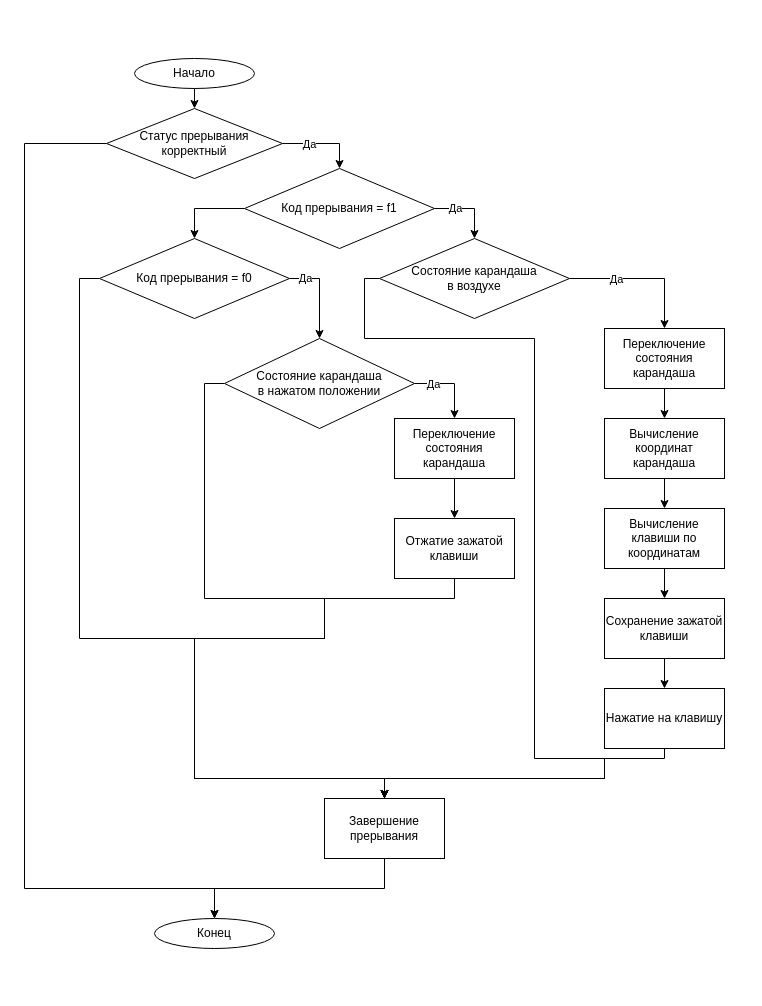
The draw.io diagram report/img/urb.drawio in bmstu-ics7/coursework-operating-systems, before the edit. Source tidied: cells renumbered, new cells numbered last; positions are measured from the earlier drawing's top-left corner, leaving out a move shared by most shapes. Both pictures are drawn from the tidied source at 100%, with x=0, y=0 at pixel (24, 58).
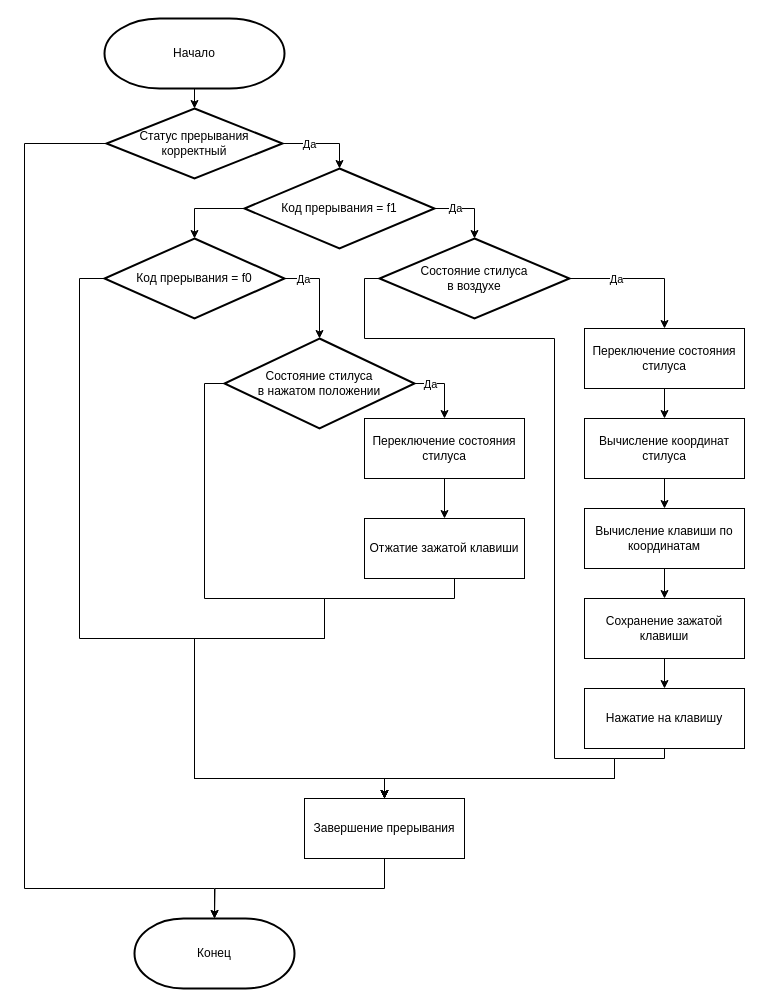
After the change.

The change refers to these unchanged cells:
```xml
<mxCell id="12" style="edgeStyle=orthogonalEdgeStyle;rounded=0;jettySize=auto;html=1;exitX=1;exitY=0.5;exitDx=0;exitDy=0;entryX=0.5;entryY=0;entryDx=0;entryDy=0;" parent="1" edge="1" source="15" target="33">
  <mxGeometry relative="1" as="geometry" />
</mxCell>
```

The edit, as a diff of the source:
```diff
@@
-    <mxCell id="2" style="edgeStyle=orthogonalEdgeStyle;rounded=0;jettySize=auto;html=1;exitX=0.5;exitY=1;exitDx=0;exitDy=0;entryX=0.5;entryY=0;entryDx=0;entryDy=0;" parent="1" edge="1" source="3" target="7">
-      <mxGeometry relative="1" as="geometry" />
+    <mxCell id="2" style="edgeStyle=orthogonalEdgeStyle;rounded=0;jettySize=auto;html=1;exitX=0.5;exitY=1;exitDx=0;exitDy=0;entryX=0.5;entryY=0;entryDx=0;entryDy=0;" parent="1" edge="1" target="7">
+      <mxGeometry relative="1" as="geometry">
+        <mxPoint x="170" y="30" as="sourcePoint" />
+      </mxGeometry>
     </mxCell>
-    <mxCell id="3" value="Начало" style="ellipse;whiteSpace=wrap;html=1;" parent="1" vertex="1">
-      <mxGeometry x="110" width="120" height="30" as="geometry" />
-    </mxCell>
@@
-    <mxCell id="6" style="edgeStyle=orthogonalEdgeStyle;rounded=0;jettySize=auto;html=1;exitX=0;exitY=0.5;exitDx=0;exitDy=0;entryX=0.5;entryY=0;entryDx=0;entryDy=0;" parent="1" edge="1" source="7" target="40">
+    <mxCell id="6" style="edgeStyle=orthogonalEdgeStyle;rounded=0;jettySize=auto;html=1;exitX=0;exitY=0.5;exitDx=0;exitDy=0;entryX=0.5;entryY=0;entryDx=0;entryDy=0;" parent="1" edge="1" source="7">
       <mxGeometry relative="1" as="geometry">
+        <mxPoint x="190" y="860" as="targetPoint" />
         <Array as="points">
           <mxPoint y="85" />
           <mxPoint y="830" />
           <mxPoint x="190" y="830" />
         </Array>
       </mxGeometry>
     </mxCell>
-    <mxCell id="7" value="Статус прерывания корректный" style="rhombus;whiteSpace=wrap;html=1;" parent="1" vertex="1">
+    <mxCell id="7" value="Статус прерывания корректный" style="strokeWidth=2;html=1;shape=mxgraph.flowchart.decision;whiteSpace=wrap;fontFamily=Helvetica;fontSize=12;fontColor=#000000;align=center;strokeColor=#000000;fillColor=#ffffff;" parent="1" vertex="1">
       <mxGeometry x="82" y="50" width="176" height="70" as="geometry" />
     </mxCell>
@@
-    <mxCell id="11" value="Код прерывания = f1" style="rhombus;whiteSpace=wrap;html=1;" parent="1" vertex="1">
+    <mxCell id="11" value="Код прерывания = f1" style="strokeWidth=2;html=1;shape=mxgraph.flowchart.decision;whiteSpace=wrap;fontFamily=Helvetica;fontSize=12;fontColor=#000000;align=center;strokeColor=#000000;fillColor=#ffffff;" parent="1" vertex="1">
       <mxGeometry x="220" y="110" width="190" height="80" as="geometry" />
     </mxCell>
@@
     <mxCell id="13" value="Да" style="edgeLabel;html=1;align=center;verticalAlign=middle;" parent="12" vertex="1">
       <mxGeometry x="-0.3" relative="1" as="geometry">
-        <mxPoint x="-15" y="-1.7" as="offset" />
+        <mxPoint x="-15" as="offset" />
       </mxGeometry>
     </mxCell>
@@
-    <mxCell id="15" value="Код прерывания = f0" style="rhombus;whiteSpace=wrap;html=1;" parent="1" vertex="1">
-      <mxGeometry x="75" y="180" width="190" height="80" as="geometry" />
+    <mxCell id="15" value="Код прерывания = f0" style="strokeWidth=2;html=1;shape=mxgraph.flowchart.decision;whiteSpace=wrap;fontFamily=Helvetica;fontSize=12;fontColor=#000000;align=center;strokeColor=#000000;fillColor=#ffffff;" parent="1" vertex="1">
+      <mxGeometry x="80" y="180" width="180" height="80" as="geometry" />
     </mxCell>
@@
-    <mxCell id="17" value="Вычисление координат карандаша" style="rounded=0;whiteSpace=wrap;html=1;" parent="1" vertex="1">
-      <mxGeometry x="580" y="360" width="120" height="60" as="geometry" />
+    <mxCell id="17" value="Вычисление координат стилуса" style="rounded=0;whiteSpace=wrap;html=1;" parent="1" vertex="1">
+      <mxGeometry x="560" y="360" width="160" height="60" as="geometry" />
     </mxCell>
@@
     <mxCell id="19" value="Вычисление клавиши по координатам" style="rounded=0;whiteSpace=wrap;html=1;" parent="1" vertex="1">
-      <mxGeometry x="580" y="450" width="120" height="60" as="geometry" />
+      <mxGeometry x="560" y="450" width="160" height="60" as="geometry" />
     </mxCell>
     <mxCell id="20" style="edgeStyle=orthogonalEdgeStyle;rounded=0;jettySize=auto;html=1;exitX=0.5;exitY=1;exitDx=0;exitDy=0;entryX=0.5;entryY=0;entryDx=0;entryDy=0;" parent="1" edge="1" source="21" target="39">
       <mxGeometry relative="1" as="geometry">
         <Array as="points">
           <mxPoint x="640" y="700" />
-          <mxPoint x="580" y="700" />
-          <mxPoint x="580" y="720" />
+          <mxPoint x="590" y="700" />
+          <mxPoint x="590" y="720" />
           <mxPoint x="360" y="720" />
         </Array>
       </mxGeometry>
     </mxCell>
     <mxCell id="21" value="Нажатие на клавишу" style="rounded=0;whiteSpace=wrap;html=1;" parent="1" vertex="1">
-      <mxGeometry x="580" y="630" width="120" height="60" as="geometry" />
+      <mxGeometry x="560" y="630" width="160" height="60" as="geometry" />
     </mxCell>
@@
     <mxCell id="23" value="Сохранение зажатой клавиши" style="rounded=0;whiteSpace=wrap;html=1;" parent="1" vertex="1">
-      <mxGeometry x="580" y="540" width="120" height="60" as="geometry" />
+      <mxGeometry x="560" y="540" width="160" height="60" as="geometry" />
     </mxCell>
@@
-    <mxCell id="25" value="Переключение состояния карандаша" style="rounded=0;whiteSpace=wrap;html=1;" parent="1" vertex="1">
-      <mxGeometry x="580" y="270" width="120" height="60" as="geometry" />
+    <mxCell id="25" value="Переключение состояния стилуса" style="rounded=0;whiteSpace=wrap;html=1;" parent="1" vertex="1">
+      <mxGeometry x="560" y="270" width="160" height="60" as="geometry" />
     </mxCell>
@@
     <mxCell id="28" style="edgeStyle=orthogonalEdgeStyle;rounded=0;jettySize=auto;html=1;exitX=0;exitY=0.5;exitDx=0;exitDy=0;entryX=0.5;entryY=0;entryDx=0;entryDy=0;" parent="1" edge="1" source="29" target="39">
       <mxGeometry relative="1" as="geometry">
         <Array as="points">
           <mxPoint x="340" y="220" />
           <mxPoint x="340" y="280" />
-          <mxPoint x="510" y="280" />
-          <mxPoint x="510" y="700" />
-          <mxPoint x="580" y="700" />
-          <mxPoint x="580" y="720" />
+          <mxPoint x="530" y="280" />
+          <mxPoint x="530" y="700" />
+          <mxPoint x="590" y="700" />
+          <mxPoint x="590" y="720" />
           <mxPoint x="360" y="720" />
         </Array>
       </mxGeometry>
     </mxCell>
-    <mxCell id="29" value="Состояние карандаша&lt;br&gt;в воздухе" style="rhombus;whiteSpace=wrap;html=1;" parent="1" vertex="1">
+    <mxCell id="29" value="Состояние стилуса&lt;br&gt;в воздухе" style="strokeWidth=2;html=1;shape=mxgraph.flowchart.decision;whiteSpace=wrap;fontFamily=Helvetica;fontSize=12;fontColor=#000000;align=center;strokeColor=#000000;fillColor=#ffffff;" parent="1" vertex="1">
       <mxGeometry x="355" y="180" width="190" height="80" as="geometry" />
     </mxCell>
@@
-    <mxCell id="33" value="Состояние карандаша&lt;br&gt;в нажатом положении" style="rhombus;whiteSpace=wrap;html=1;" parent="1" vertex="1">
+    <mxCell id="33" value="Состояние стилуса&lt;br&gt;в нажатом положении" style="strokeWidth=2;html=1;shape=mxgraph.flowchart.decision;whiteSpace=wrap;fontFamily=Helvetica;fontSize=12;fontColor=#000000;align=center;strokeColor=#000000;fillColor=#ffffff;" parent="1" vertex="1">
       <mxGeometry x="200" y="280" width="190" height="90" as="geometry" />
     </mxCell>
@@
-    <mxCell id="35" value="Переключение состояния карандаша" style="rounded=0;whiteSpace=wrap;html=1;" parent="1" vertex="1">
-      <mxGeometry x="370" y="360" width="120" height="60" as="geometry" />
+    <mxCell id="35" value="Переключение состояния стилуса" style="rounded=0;whiteSpace=wrap;html=1;" parent="1" vertex="1">
+      <mxGeometry x="340" y="360" width="160" height="60" as="geometry" />
     </mxCell>
@@
     <mxCell id="37" value="Отжатие зажатой клавиши" style="rounded=0;whiteSpace=wrap;html=1;" parent="1" vertex="1">
-      <mxGeometry x="370" y="460" width="120" height="60" as="geometry" />
+      <mxGeometry x="340" y="460" width="160" height="60" as="geometry" />
     </mxCell>
-    <mxCell id="38" style="edgeStyle=orthogonalEdgeStyle;rounded=0;jettySize=auto;html=1;exitX=0.5;exitY=1;exitDx=0;exitDy=0;entryX=0.5;entryY=0;entryDx=0;entryDy=0;" parent="1" edge="1" source="39" target="40">
-      <mxGeometry relative="1" as="geometry" />
+    <mxCell id="38" style="edgeStyle=orthogonalEdgeStyle;rounded=0;jettySize=auto;html=1;exitX=0.5;exitY=1;exitDx=0;exitDy=0;entryX=0.5;entryY=0;entryDx=0;entryDy=0;" parent="1" edge="1" source="39">
+      <mxGeometry relative="1" as="geometry">
+        <mxPoint x="190" y="860" as="targetPoint" />
+      </mxGeometry>
     </mxCell>
     <mxCell id="39" value="Завершение прерывания" style="rounded=0;whiteSpace=wrap;html=1;" parent="1" vertex="1">
-      <mxGeometry x="300" y="740" width="120" height="60" as="geometry" />
+      <mxGeometry x="280" y="740" width="160" height="60" as="geometry" />
     </mxCell>
+    <mxCell id="3" value="Начало" style="strokeWidth=2;html=1;shape=mxgraph.flowchart.terminator;whiteSpace=wrap;" parent="1" vertex="1">
+      <mxGeometry x="80" y="-40" width="180" height="70" as="geometry" />
+    </mxCell>
-    <mxCell id="40" value="Конец" style="ellipse;whiteSpace=wrap;html=1;" parent="1" vertex="1">
-      <mxGeometry x="130" y="860" width="120" height="30" as="geometry" />
+    <mxCell id="40" value="Конец" style="strokeWidth=2;html=1;shape=mxgraph.flowchart.terminator;whiteSpace=wrap;" parent="1" vertex="1">
+      <mxGeometry x="110" y="860" width="160" height="70" as="geometry" />
     </mxCell>
```
